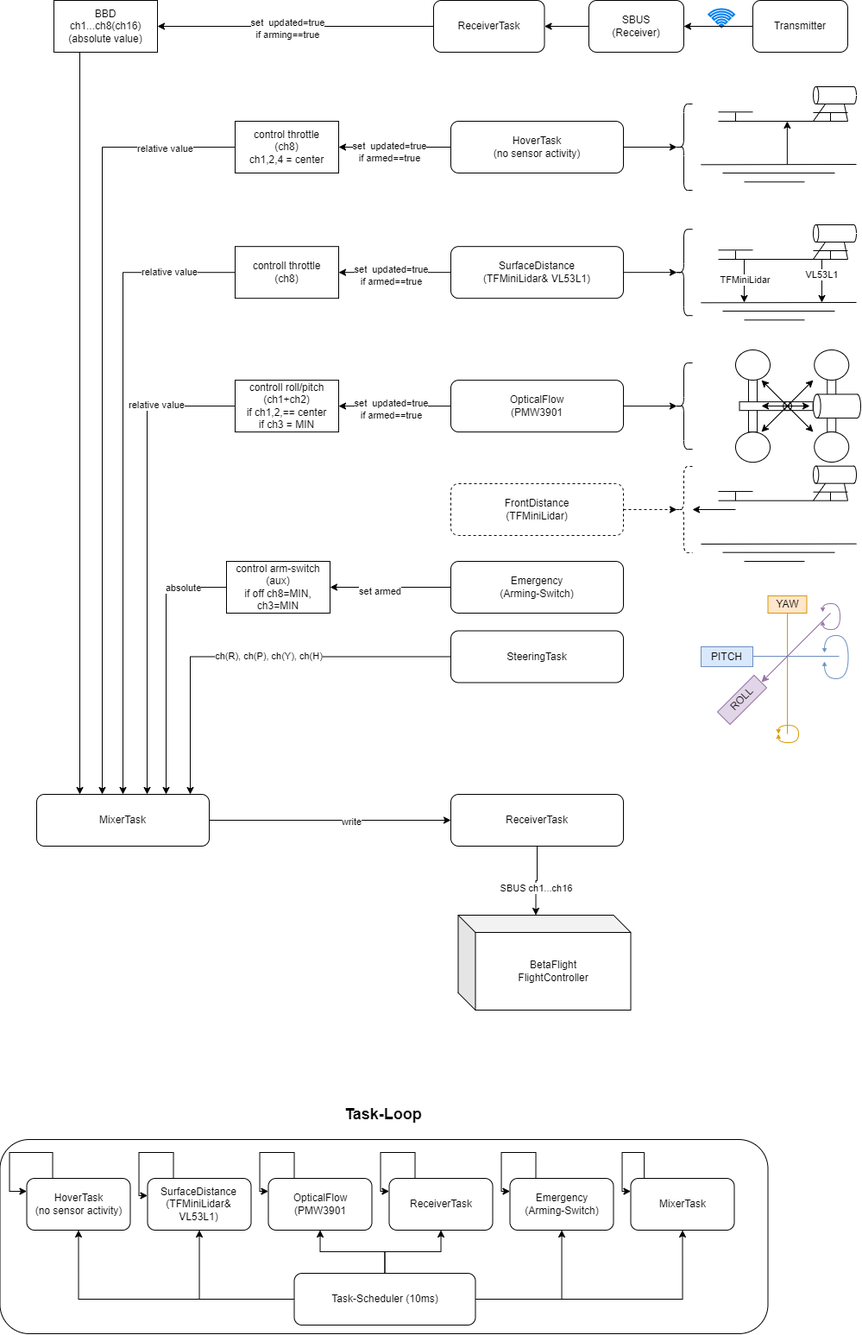
Earlier version of the draw.io export doc/podracer_processing-Page-1.drawio.png (mrRobot62/depr_PODRacer). Source tidied: cells renumbered, new cells last; positions are measured from the earlier drawing's top-left corner, leaving out a move shared by most shapes.
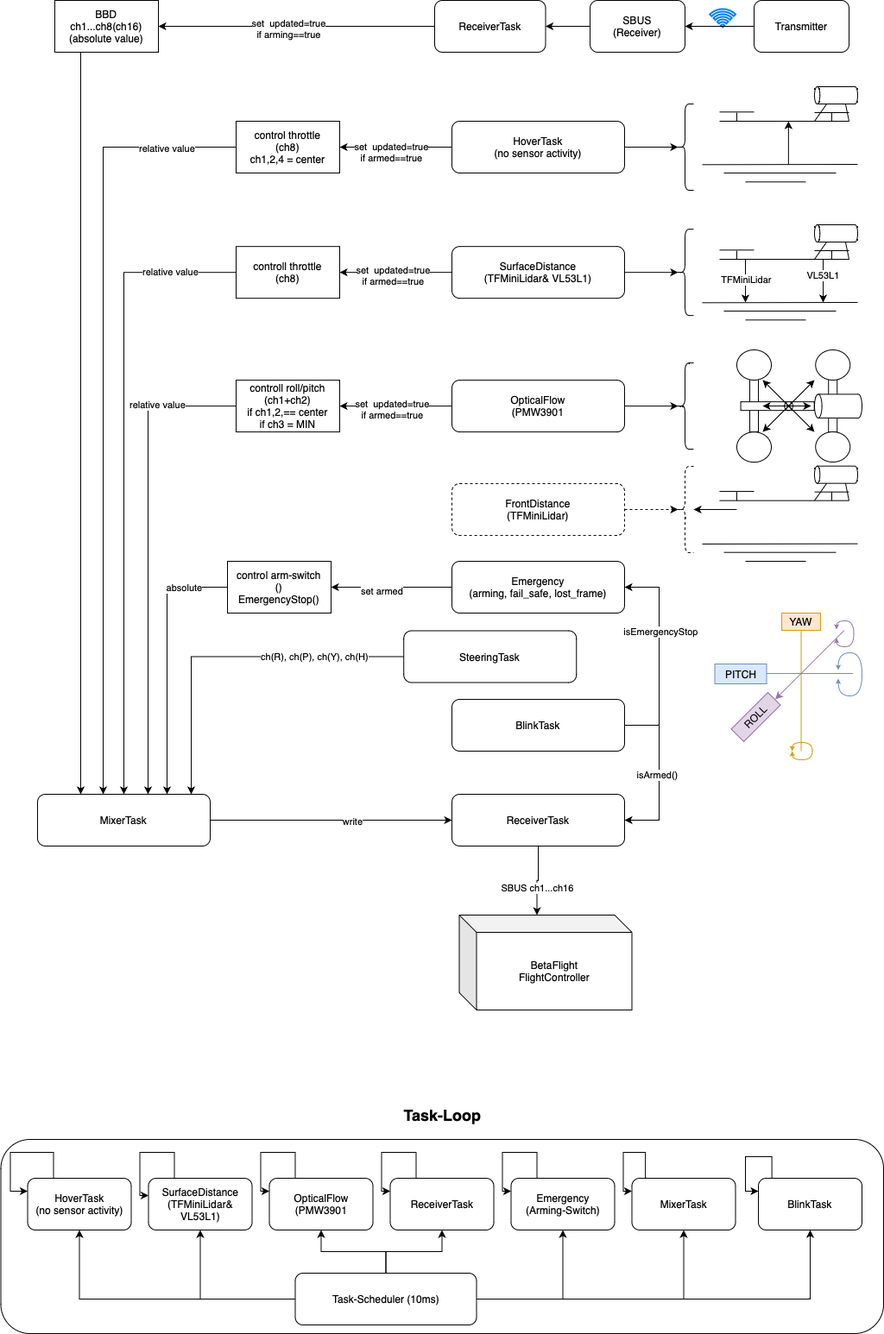
The same file after the commit.

Diff of the diagram source:
```diff
@@ -3,7 +3,7 @@
     <mxCell id="0" />
     <mxCell id="1" parent="0" />
     <mxCell id="2" value="&lt;h2&gt;Task-Loop&lt;/h2&gt;" style="rounded=1;whiteSpace=wrap;html=1;labelPosition=center;verticalLabelPosition=top;align=center;verticalAlign=bottom;" parent="1" vertex="1">
-      <mxGeometry x="-0.5" y="1320" width="890" height="225" as="geometry" />
+      <mxGeometry x="-0.5" y="1320" width="1022.5" height="225" as="geometry" />
     </mxCell>
     <mxCell id="3" style="edgeStyle=orthogonalEdgeStyle;rounded=0;jettySize=auto;html=1;entryX=1;entryY=0.5;entryDx=0;entryDy=0;" parent="1" edge="1" source="6" target="31">
       <mxGeometry relative="1" as="geometry" />
@@ -241,7 +241,7 @@
     <mxCell id="55" value="set armed" style="edgeLabel;html=1;align=center;verticalAlign=middle;" parent="54" vertex="1">
       <mxGeometry x="0.17" y="4" relative="1" as="geometry" />
     </mxCell>
-    <mxCell id="56" value="Emergency&lt;br&gt;(Arming-Switch)" style="rounded=1;whiteSpace=wrap;html=1;" parent="1" vertex="1">
+    <mxCell id="56" value="Emergency&lt;br&gt;(arming, fail_safe, lost_frame)" style="rounded=1;whiteSpace=wrap;html=1;" parent="1" vertex="1">
       <mxGeometry x="522" y="650" width="200" height="60" as="geometry" />
     </mxCell>
     <mxCell id="57" style="group;" parent="1" vertex="1">
@@ -324,7 +324,7 @@
     <mxCell id="80" value="controll roll/pitch&lt;br&gt;(ch1+ch2)&lt;br&gt;if ch1,2,== center&lt;br&gt;if ch3 = MIN" style="rounded=0;whiteSpace=wrap;html=1;" parent="1" vertex="1">
       <mxGeometry x="272" y="440.1" width="120" height="60" as="geometry" />
     </mxCell>
-    <mxCell id="81" value="control arm-switch&lt;br&gt;(aux)&lt;br&gt;if off ch8=MIN, ch3=MIN" style="rounded=0;whiteSpace=wrap;html=1;" parent="1" vertex="1">
+    <mxCell id="81" value="control arm-switch&lt;br&gt;()&lt;br&gt;EmergencyStop()" style="rounded=0;whiteSpace=wrap;html=1;" parent="1" vertex="1">
       <mxGeometry x="262" y="650" width="120" height="60" as="geometry" />
     </mxCell>
     <mxCell id="82" style="edgeStyle=orthogonalEdgeStyle;rounded=0;jettySize=auto;html=1;entryX=0;entryY=0.5;entryDx=0;entryDy=0;" parent="1" edge="1" source="84" target="91">
@@ -386,69 +386,6 @@
     <mxCell id="100" style="edgeStyle=orthogonalEdgeStyle;rounded=0;jettySize=auto;html=1;entryX=0.1;entryY=0.5;entryDx=0;entryDy=0;entryPerimeter=0;" parent="1" edge="1" source="75" target="97">
       <mxGeometry relative="1" as="geometry" />
     </mxCell>
-    <mxCell id="101" style="endArrow=none;html=1;rounded=0;fillColor=#ffe6cc;strokeColor=#d79b00;" parent="1" edge="1">
-      <mxGeometry relative="1" as="geometry">
-        <mxPoint x="912" y="850" as="sourcePoint" />
-        <mxPoint x="912" y="700" as="targetPoint" />
-      </mxGeometry>
-    </mxCell>
-    <mxCell id="102" style="endArrow=none;html=1;rounded=0;fillColor=#dae8fc;strokeColor=#6c8ebf;" parent="1" edge="1">
-      <mxGeometry relative="1" as="geometry">
-        <mxPoint x="972" y="760" as="sourcePoint" />
-        <mxPoint x="872" y="760" as="targetPoint" />
-      </mxGeometry>
-    </mxCell>
-    <mxCell id="103" style="endArrow=classic;html=1;rounded=0;fillColor=#e1d5e7;strokeColor=#9673a6;startArrow=none;startFill=0;endFill=1;" parent="1" edge="1">
-      <mxGeometry relative="1" as="geometry">
-        <mxPoint x="962" y="710" as="sourcePoint" />
-        <mxPoint x="882" y="790" as="targetPoint" />
-      </mxGeometry>
-    </mxCell>
-    <mxCell id="104" style="endArrow=classic;startArrow=classic;html=1;rounded=0;edgeStyle=orthogonalEdgeStyle;curved=1;endSize=3;startSize=3;fillColor=#dae8fc;strokeColor=#6c8ebf;" parent="1" edge="1">
-      <mxGeometry relative="1" as="geometry">
-        <mxPoint x="955" y="766" as="sourcePoint" />
-        <mxPoint x="955" y="756" as="targetPoint" />
-        <Array as="points">
-          <mxPoint x="955.5" y="786" />
-          <mxPoint x="982.5" y="786" />
-          <mxPoint x="982.5" y="736" />
-          <mxPoint x="955.5" y="736" />
-        </Array>
-      </mxGeometry>
-    </mxCell>
-    <mxCell id="105" style="endArrow=classic;startArrow=classic;html=1;rounded=0;edgeStyle=orthogonalEdgeStyle;curved=1;endSize=3;startSize=3;fillColor=#e1d5e7;strokeColor=#9673a6;" parent="1" edge="1">
-      <mxGeometry relative="1" as="geometry">
-        <mxPoint x="953" y="718.9" as="sourcePoint" />
-        <mxPoint x="953" y="708.9" as="targetPoint" />
-        <Array as="points">
-          <mxPoint x="953" y="729" />
-          <mxPoint x="973" y="729" />
-          <mxPoint x="973" y="699" />
-          <mxPoint x="953" y="699" />
-        </Array>
-      </mxGeometry>
-    </mxCell>
-    <mxCell id="106" style="endArrow=classic;startArrow=classic;html=1;rounded=0;edgeStyle=orthogonalEdgeStyle;curved=1;endSize=3;startSize=3;fillColor=#ffe6cc;strokeColor=#d79b00;" parent="1" edge="1">
-      <mxGeometry relative="1" as="geometry">
-        <mxPoint x="901.7" y="850" as="sourcePoint" />
-        <mxPoint x="901.7" y="850" as="targetPoint" />
-        <Array as="points">
-          <mxPoint x="902" y="860" />
-          <mxPoint x="925" y="860" />
-          <mxPoint x="925" y="840" />
-          <mxPoint x="902" y="840" />
-        </Array>
-      </mxGeometry>
-    </mxCell>
-    <mxCell id="107" value="PITCH" style="text;html=1;strokeColor=#6c8ebf;fillColor=#dae8fc;align=center;verticalAlign=middle;whiteSpace=wrap;rounded=0;rotation=0;" parent="1" vertex="1">
-      <mxGeometry x="812" y="749" width="60" height="23" as="geometry" />
-    </mxCell>
-    <mxCell id="108" value="ROLL" style="text;html=1;strokeColor=#9673a6;fillColor=#e1d5e7;align=center;verticalAlign=middle;whiteSpace=wrap;rounded=0;rotation=-45;" parent="1" vertex="1">
-      <mxGeometry x="829.5" y="800.2" width="60" height="20.6" as="geometry" />
-    </mxCell>
-    <mxCell id="109" value="YAW" style="text;html=1;strokeColor=#d79b00;fillColor=#ffe6cc;align=center;verticalAlign=middle;whiteSpace=wrap;rounded=0;rotation=0;" parent="1" vertex="1">
-      <mxGeometry x="889.5" y="690" width="45" height="20" as="geometry" />
-    </mxCell>
     <mxCell id="110" value="ReceiverTask" style="rounded=1;whiteSpace=wrap;html=1;" parent="1" vertex="1">
       <mxGeometry x="450.5" y="1365" width="120" height="60" as="geometry" />
     </mxCell>
@@ -467,6 +404,9 @@
     <mxCell id="115" style="edgeStyle=orthogonalEdgeStyle;rounded=0;jettySize=auto;html=1;" parent="1" edge="1" source="116" target="118">
       <mxGeometry relative="1" as="geometry" />
     </mxCell>
+    <mxCell id="153" style="edgeStyle=orthogonalEdgeStyle;rounded=0;jettySize=auto;html=1;" parent="1" edge="1" source="116" target="159">
+      <mxGeometry relative="1" as="geometry" />
+    </mxCell>
     <mxCell id="116" value="Task-Scheduler (10ms)" style="rounded=1;whiteSpace=wrap;html=1;" parent="1" vertex="1">
       <mxGeometry x="340.5" y="1475" width="210" height="60" as="geometry" />
     </mxCell>
@@ -638,13 +578,15 @@
       </mxGeometry>
     </mxCell>
     <mxCell id="148" value="SteeringTask" style="rounded=1;whiteSpace=wrap;html=1;" parent="1" vertex="1">
-      <mxGeometry x="522" y="730.5" width="200" height="60" as="geometry" />
+      <mxGeometry x="466.2" y="730.5" width="200" height="60" as="geometry" />
     </mxCell>
     <mxCell id="149" style="edgeStyle=orthogonalEdgeStyle;rounded=0;jettySize=auto;html=1;entryX=0.89;entryY=0;entryDx=0;entryDy=0;entryPerimeter=0;" parent="1" edge="1" source="148" target="84">
       <mxGeometry relative="1" as="geometry" />
     </mxCell>
     <mxCell id="150" value="ch(R), ch(P), ch(Y), ch(H)" style="edgeLabel;html=1;align=center;verticalAlign=middle;" parent="149" vertex="1">
-      <mxGeometry x="-0.08" y="-1" relative="1" as="geometry" />
+      <mxGeometry x="-0.08" y="-1" relative="1" as="geometry">
+        <mxPoint x="82" y="1" as="offset" />
+      </mxGeometry>
     </mxCell>
     <mxCell id="151" style="edgeStyle=orthogonalEdgeStyle;rounded=0;jettySize=auto;html=1;entryX=1;entryY=0.5;entryDx=0;entryDy=0;" parent="1" edge="1" source="152" target="28">
       <mxGeometry relative="1" as="geometry" />
@@ -652,5 +594,110 @@
     <mxCell id="152" value="Transmitter" style="rounded=1;whiteSpace=wrap;html=1;" parent="1" vertex="1">
       <mxGeometry x="872" width="110" height="60" as="geometry" />
     </mxCell>
+    <mxCell id="154" style="edgeStyle=orthogonalEdgeStyle;rounded=0;jettySize=auto;html=1;entryX=1;entryY=0.5;entryDx=0;entryDy=0;exitX=1;exitY=0.5;exitDx=0;exitDy=0;" parent="1" edge="1" source="158" target="56">
+      <mxGeometry relative="1" as="geometry">
+        <Array as="points">
+          <mxPoint x="762" y="840" />
+          <mxPoint x="762" y="680" />
+        </Array>
+      </mxGeometry>
+    </mxCell>
+    <mxCell id="155" value="isEmergencyStop" style="edgeLabel;html=1;align=center;verticalAlign=middle;" parent="154" vertex="1">
+      <mxGeometry x="-0.15" y="-1" relative="1" as="geometry">
+        <mxPoint y="-47" as="offset" />
+      </mxGeometry>
+    </mxCell>
+    <mxCell id="156" style="edgeStyle=orthogonalEdgeStyle;rounded=0;jettySize=auto;html=1;entryX=1;entryY=0.5;entryDx=0;entryDy=0;" parent="1" edge="1" source="158" target="91">
+      <mxGeometry relative="1" as="geometry">
+        <Array as="points">
+          <mxPoint x="762" y="840" />
+          <mxPoint x="762" y="950" />
+        </Array>
+      </mxGeometry>
+    </mxCell>
+    <mxCell id="157" value="isArmed()" style="edgeLabel;html=1;align=center;verticalAlign=middle;" parent="156" vertex="1">
+      <mxGeometry x="0.02" y="-3" relative="1" as="geometry" />
+    </mxCell>
+    <mxCell id="158" value="BlinkTask" style="rounded=1;whiteSpace=wrap;html=1;" parent="1" vertex="1">
+      <mxGeometry x="522" y="810" width="200" height="60" as="geometry" />
+    </mxCell>
+    <mxCell id="159" value="BlinkTask" style="rounded=1;whiteSpace=wrap;html=1;points=[[0,0.25,0,0,0],[0,0.5,0,0,0],[0,0.75,0,0,0],[0.13,0,0,0,0],[0.25,0,0,0,0],[0.25,1,0,0,0],[0.38,0,0,0,0],[0.5,0,0,0,0],[0.5,1,0,0,0],[0.64,0,0,0,0],[0.75,0,0,0,0],[0.75,1,0,0,0],[0.89,0,0,0,0],[1,0.25,0,0,0],[1,0.5,0,0,0],[1,0.75,0,0,0]];" parent="1" vertex="1">
+      <mxGeometry x="877" y="1365" width="120" height="60" as="geometry" />
+    </mxCell>
+    <mxCell id="160" style="edgeStyle=orthogonalEdgeStyle;rounded=0;orthogonalLoop=1;jettySize=auto;html=1;exitX=0.13;exitY=0;exitDx=0;exitDy=0;exitPerimeter=0;entryX=0;entryY=0.25;entryDx=0;entryDy=0;entryPerimeter=0;" parent="1" edge="1" source="159" target="159">
+      <mxGeometry relative="1" as="geometry">
+        <Array as="points">
+          <mxPoint x="893" y="1340" />
+          <mxPoint x="862" y="1340" />
+          <mxPoint x="862" y="1380" />
+        </Array>
+      </mxGeometry>
+    </mxCell>
+    <mxCell id="161" style="group;" parent="1" vertex="1">
+      <mxGeometry x="826.5" y="710" width="170.5" height="170" as="geometry" />
+    </mxCell>
+    <mxCell id="101" style="endArrow=none;html=1;rounded=0;fillColor=#ffe6cc;strokeColor=#d79b00;" parent="161" edge="1">
+      <mxGeometry relative="1" as="geometry">
+        <mxPoint x="100" y="160" as="sourcePoint" />
+        <mxPoint x="100" y="10" as="targetPoint" />
+      </mxGeometry>
+    </mxCell>
+    <mxCell id="102" style="endArrow=none;html=1;rounded=0;fillColor=#dae8fc;strokeColor=#6c8ebf;" parent="161" edge="1">
+      <mxGeometry relative="1" as="geometry">
+        <mxPoint x="160" y="70" as="sourcePoint" />
+        <mxPoint x="60" y="70" as="targetPoint" />
+      </mxGeometry>
+    </mxCell>
+    <mxCell id="103" style="endArrow=classic;html=1;rounded=0;fillColor=#e1d5e7;strokeColor=#9673a6;startArrow=none;startFill=0;endFill=1;" parent="161" edge="1">
+      <mxGeometry relative="1" as="geometry">
+        <mxPoint x="150" y="20" as="sourcePoint" />
+        <mxPoint x="70" y="100" as="targetPoint" />
+      </mxGeometry>
+    </mxCell>
+    <mxCell id="104" style="endArrow=classic;startArrow=classic;html=1;rounded=0;edgeStyle=orthogonalEdgeStyle;curved=1;endSize=3;startSize=3;fillColor=#dae8fc;strokeColor=#6c8ebf;" parent="161" edge="1">
+      <mxGeometry relative="1" as="geometry">
+        <mxPoint x="143" y="76" as="sourcePoint" />
+        <mxPoint x="143" y="66" as="targetPoint" />
+        <Array as="points">
+          <mxPoint x="143.5" y="96" />
+          <mxPoint x="170.5" y="96" />
+          <mxPoint x="170.5" y="46" />
+          <mxPoint x="143.5" y="46" />
+        </Array>
+      </mxGeometry>
+    </mxCell>
+    <mxCell id="105" style="endArrow=classic;startArrow=classic;html=1;rounded=0;edgeStyle=orthogonalEdgeStyle;curved=1;endSize=3;startSize=3;fillColor=#e1d5e7;strokeColor=#9673a6;" parent="161" edge="1">
+      <mxGeometry relative="1" as="geometry">
+        <mxPoint x="141" y="28.9" as="sourcePoint" />
+        <mxPoint x="141" y="18.9" as="targetPoint" />
+        <Array as="points">
+          <mxPoint x="141" y="39" />
+          <mxPoint x="161" y="39" />
+          <mxPoint x="161" y="9" />
+          <mxPoint x="141" y="9" />
+        </Array>
+      </mxGeometry>
+    </mxCell>
+    <mxCell id="106" style="endArrow=classic;startArrow=classic;html=1;rounded=0;edgeStyle=orthogonalEdgeStyle;curved=1;endSize=3;startSize=3;fillColor=#ffe6cc;strokeColor=#d79b00;" parent="161" edge="1">
+      <mxGeometry relative="1" as="geometry">
+        <mxPoint x="89.7" y="160" as="sourcePoint" />
+        <mxPoint x="89.7" y="160" as="targetPoint" />
+        <Array as="points">
+          <mxPoint x="90" y="170" />
+          <mxPoint x="113" y="170" />
+          <mxPoint x="113" y="150" />
+          <mxPoint x="90" y="150" />
+        </Array>
+      </mxGeometry>
+    </mxCell>
+    <mxCell id="107" value="PITCH" style="text;html=1;strokeColor=#6c8ebf;fillColor=#dae8fc;align=center;verticalAlign=middle;whiteSpace=wrap;rounded=0;rotation=0;" parent="161" vertex="1">
+      <mxGeometry y="59" width="60" height="23" as="geometry" />
+    </mxCell>
+    <mxCell id="108" value="ROLL" style="text;html=1;strokeColor=#9673a6;fillColor=#e1d5e7;align=center;verticalAlign=middle;whiteSpace=wrap;rounded=0;rotation=-45;" parent="161" vertex="1">
+      <mxGeometry x="17.5" y="110.2" width="60" height="20.6" as="geometry" />
+    </mxCell>
+    <mxCell id="109" value="YAW" style="text;html=1;strokeColor=#d79b00;fillColor=#ffe6cc;align=center;verticalAlign=middle;whiteSpace=wrap;rounded=0;rotation=0;" parent="161" vertex="1">
+      <mxGeometry x="77.5" width="45" height="20" as="geometry" />
+    </mxCell>
   </root>
 </mxGraphModel>
```
